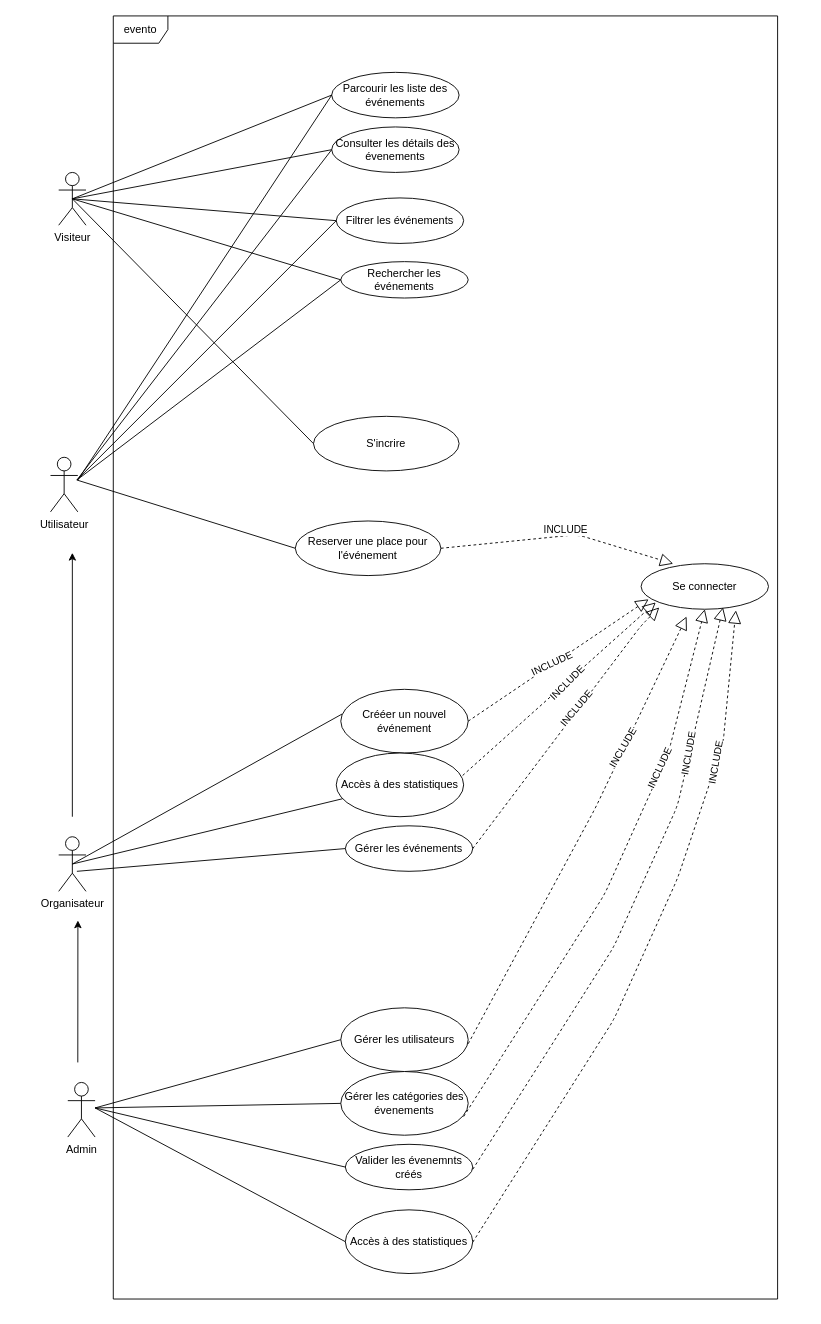
Earlier version of the draw.io diagram use_case (1).drawio (SOUFIANE-BOUSHABA/EVENTO). Source tidied: cells renumbered, new cells numbered last; positions are measured from the earlier drawing's top-left corner, leaving out a move shared by most shapes. Both pictures are drawn from the tidied source at 91%, with x=0, y=0 at pixel (50, 15).
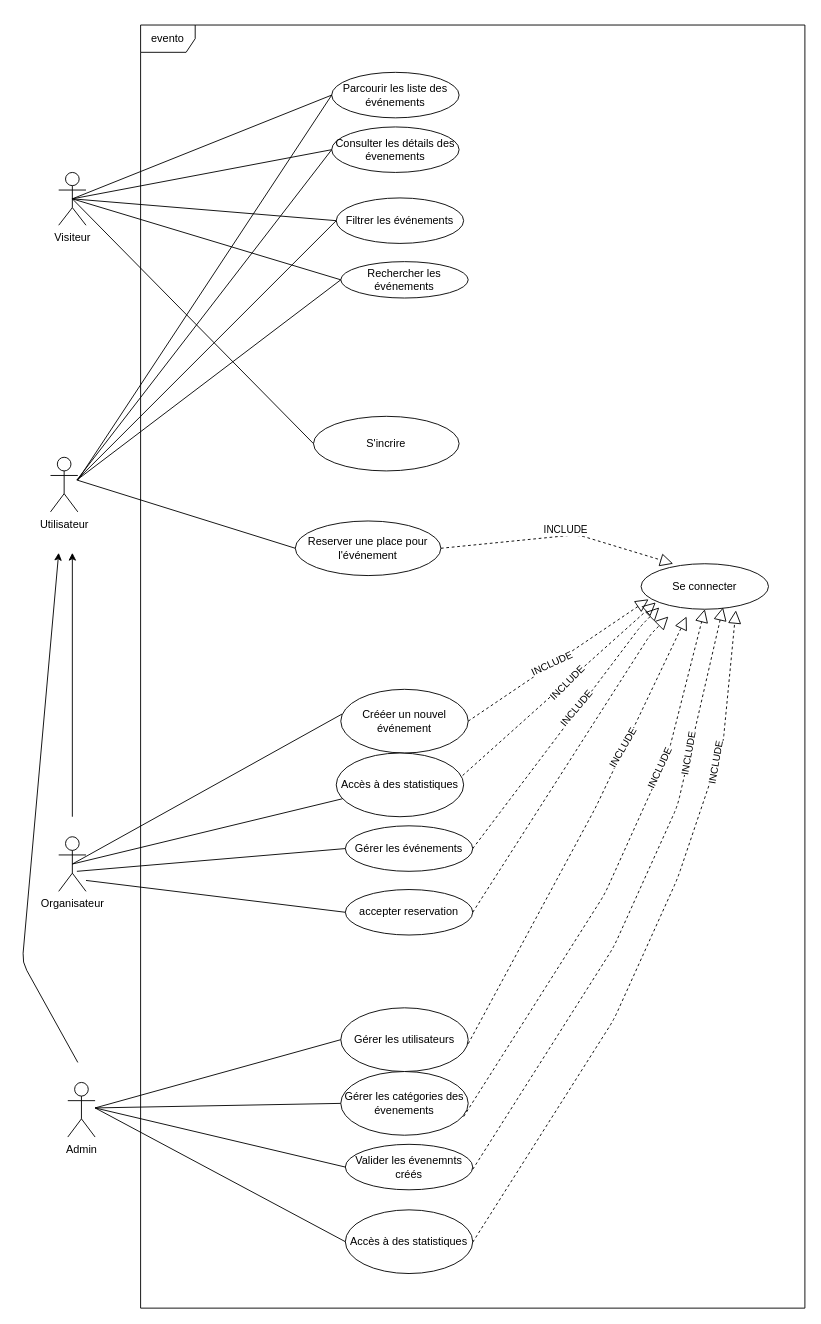
Above is the later version.

Diff of the diagram source:
```diff
@@
     <mxCell id="28" style="endArrow=classic;html=1;" parent="1" edge="1">
       <mxGeometry relative="1" as="geometry">
         <mxPoint x="30" y="1150" as="sourcePoint" />
-        <mxPoint x="30.1" y="994" as="targetPoint" />
+        <mxPoint x="9" y="590" as="targetPoint" />
+        <Array as="points">
+          <mxPoint x="-31" y="1040" />
+        </Array>
       </mxGeometry>
     </mxCell>
@@
     <mxCell id="55" value="evento" style="shape=umlFrame;whiteSpace=wrap;html=1;" parent="1" vertex="1">
-      <mxGeometry x="69" width="730" height="1410" as="geometry" />
+      <mxGeometry x="99" y="10" width="730" height="1410" as="geometry" />
     </mxCell>
+    <mxCell id="56" value="accepter reservation" style="ellipse;whiteSpace=wrap;html=1;" parent="1" vertex="1">
+      <mxGeometry x="324" y="960" width="140" height="50" as="geometry" />
+    </mxCell>
+    <mxCell id="57" style="endArrow=none;html=1;entryX=0;entryY=0.5;entryDx=0;entryDy=0;" parent="1" edge="1" target="56">
+      <mxGeometry relative="1" as="geometry">
+        <mxPoint x="39" y="950" as="sourcePoint" />
+      </mxGeometry>
+    </mxCell>
+    <mxCell id="58" style="endArrow=block;dashed=1;endFill=0;endSize=12;html=1;exitX=1;exitY=0.5;exitDx=0;exitDy=0;" parent="1" edge="1" source="56">
+      <mxGeometry relative="1" as="geometry">
+        <mxPoint x="679" y="660" as="targetPoint" />
+        <Array as="points">
+          <mxPoint x="659" y="680" />
+        </Array>
+      </mxGeometry>
+    </mxCell>
```
